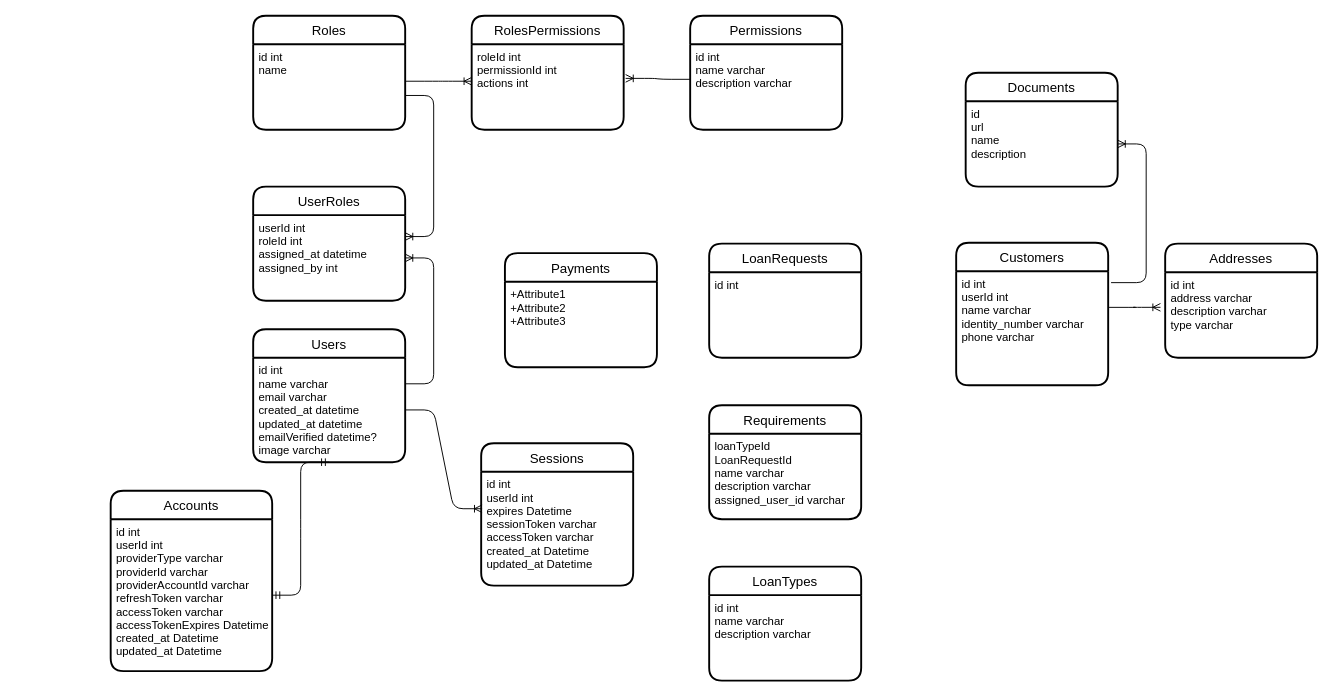
Above: docs/database.drawio in alexrv11/credicuotas (draw.io), before the change. Source tidied: cells renumbered, new cells numbered last; positions are measured from the earlier drawing's top-left corner, leaving out a move shared by most shapes. Both pictures are drawn from the tidied source at 95%, with x=0, y=0 at pixel (110, 15).
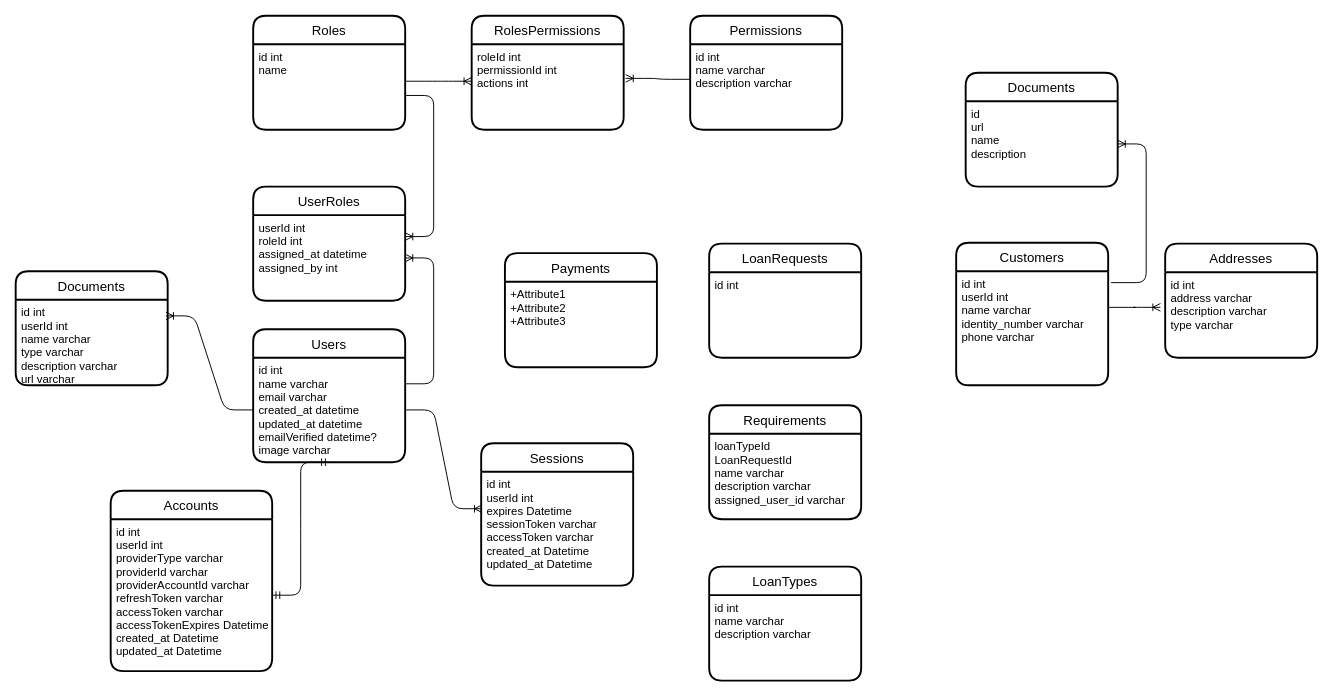
The same diagram, later.

The change refers to these unchanged cells:
```xml
<mxCell id="5" value="id int&#10;name varchar&#10;email varchar&#10;created_at datetime&#10;updated_at datetime&#10;emailVerified datetime?&#10;image varchar" style="align=left;strokeColor=none;fillColor=none;spacingLeft=4;fontSize=12;verticalAlign=top;" parent="4" vertex="1">
  <mxGeometry y="30" width="160" height="110" as="geometry" />
</mxCell>
```

The edit, as a diff of the source:
```diff
@@
+    <mxCell id="38" value="Documents" style="swimlane;horizontal=1;startSize=30;rounded=1;fontSize=14;fontStyle=0;strokeWidth=2;shadow=0;dashed=0;align=center;" parent="1" vertex="1">
+      <mxGeometry x="-100" y="269" width="160" height="120" as="geometry" />
+    </mxCell>
+    <mxCell id="39" value="id int&#10;userId int&#10;name varchar&#10;type varchar&#10;description varchar&#10;url varchar" style="align=left;strokeColor=none;fillColor=none;spacingLeft=4;fontSize=12;verticalAlign=top;" parent="38" vertex="1">
+      <mxGeometry y="30" width="160" height="90" as="geometry" />
+    </mxCell>
+    <mxCell id="40" style="edgeStyle=entityRelationEdgeStyle;fontSize=12;html=1;endArrow=ERoneToMany;entryX=0.988;entryY=0.189;entryDx=0;entryDy=0;entryPerimeter=0;" parent="1" edge="1" source="5" target="39">
+      <mxGeometry relative="1" as="geometry" />
+    </mxCell>
```
